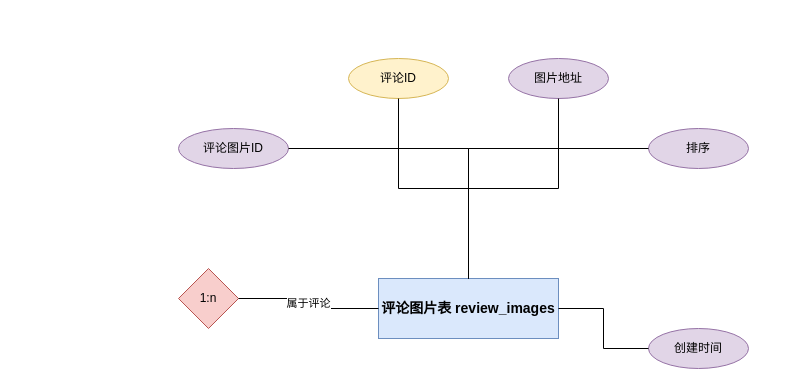
Before: DOCS/architecture-diagrams/sources/评论图片表.drawio in 612cs/TrailQuest, a draw.io diagram. Source tidied: cells renumbered, new cells numbered last; positions are measured from the earlier drawing's top-left corner, leaving out a move shared by most shapes. Both pictures are drawn from the tidied source at 100%, with x=0, y=0 at pixel (178, 58).
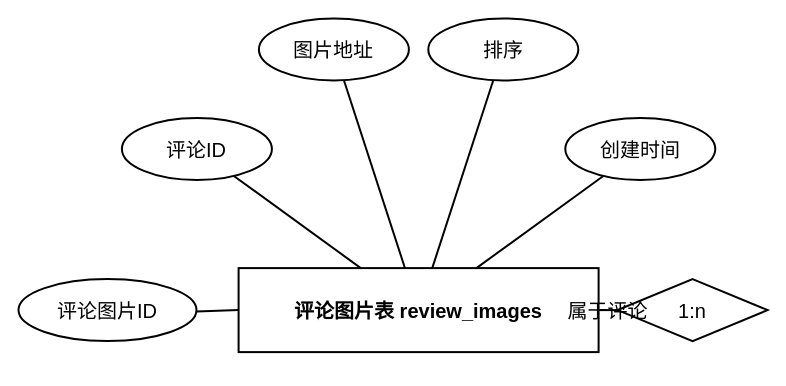
After the change.

Change to the diagram source:
```diff
@@
 <mxGraphModel>
   <root>
     <mxCell id="0" />
     <mxCell id="1" parent="0" />
-    <mxCell id="2" value="评论图片表 review_images" style="rounded=0;whiteSpace=wrap;html=1;fillColor=#dae8fc;strokeColor=#6c8ebf;fontSize=14;fontStyle=1;" parent="1" vertex="1">
-      <mxGeometry x="200" y="220" width="180" height="60" as="geometry" />
+    <mxCell id="2" value="评论图片表 review_images" style="rounded=0;whiteSpace=wrap;html=1;fillColor=none;strokeColor=#000000;fontSize=20;fontStyle=1;gradientColor=none;fontColor=#000000;strokeWidth=2;shadow=0;glass=0;" parent="1" vertex="1">
+      <mxGeometry x="60.1" y="209.6" width="360" height="84" as="geometry" />
     </mxCell>
-    <mxCell id="3" value="评论图片ID" style="ellipse;whiteSpace=wrap;html=1;fillColor=#e1d5e7;strokeColor=#9673a6;" parent="1" vertex="1">
-      <mxGeometry y="70" width="110" height="40" as="geometry" />
+    <mxCell id="3" value="评论图片ID" style="ellipse;whiteSpace=wrap;html=1;fillColor=none;strokeColor=#000000;gradientColor=none;fontColor=#000000;fontSize=20;strokeWidth=2;shadow=0;glass=0;" parent="1" vertex="1">
+      <mxGeometry x="-160" y="220.6" width="178" height="62" as="geometry" />
     </mxCell>
-    <mxCell id="4" style="edgeStyle=orthogonalEdgeStyle;rounded=0;jettySize=auto;html=1;endArrow=none;endFill=0;" parent="1" edge="1" source="3" target="2">
+    <mxCell id="4" style="rounded=0;html=1;endArrow=none;endFill=0;strokeColor=#000000;strokeWidth=2;" parent="1" edge="1" source="3" target="2">
       <mxGeometry relative="1" as="geometry" />
     </mxCell>
-    <mxCell id="5" value="评论ID" style="ellipse;whiteSpace=wrap;html=1;fillColor=#fff2cc;strokeColor=#d6b656;" parent="1" vertex="1">
-      <mxGeometry x="170" width="100" height="40" as="geometry" />
+    <mxCell id="5" value="评论ID" style="ellipse;whiteSpace=wrap;html=1;fillColor=none;strokeColor=#000000;gradientColor=none;fontColor=#000000;fontSize=20;strokeWidth=2;shadow=0;glass=0;" parent="1" vertex="1">
+      <mxGeometry x="-56.6" y="59.5" width="150" height="62" as="geometry" />
     </mxCell>
-    <mxCell id="6" style="edgeStyle=orthogonalEdgeStyle;rounded=0;jettySize=auto;html=1;endArrow=none;endFill=0;" parent="1" edge="1" source="5" target="2">
+    <mxCell id="6" style="rounded=0;html=1;endArrow=none;endFill=0;strokeColor=#000000;strokeWidth=2;" parent="1" edge="1" source="5" target="2">
       <mxGeometry relative="1" as="geometry" />
     </mxCell>
-    <mxCell id="7" value="图片地址" style="ellipse;whiteSpace=wrap;html=1;fillColor=#e1d5e7;strokeColor=#9673a6;" parent="1" vertex="1">
-      <mxGeometry x="330" width="100" height="40" as="geometry" />
+    <mxCell id="7" value="图片地址" style="ellipse;whiteSpace=wrap;html=1;fillColor=none;strokeColor=#000000;gradientColor=none;fontColor=#000000;fontSize=20;strokeWidth=2;shadow=0;glass=0;" parent="1" vertex="1">
+      <mxGeometry x="80.4" y="-40" width="150" height="62" as="geometry" />
     </mxCell>
-    <mxCell id="8" style="edgeStyle=orthogonalEdgeStyle;rounded=0;jettySize=auto;html=1;endArrow=none;endFill=0;" parent="1" edge="1" source="7" target="2">
+    <mxCell id="8" style="rounded=0;html=1;endArrow=none;endFill=0;strokeColor=#000000;strokeWidth=2;" parent="1" edge="1" source="7" target="2">
       <mxGeometry relative="1" as="geometry" />
     </mxCell>
-    <mxCell id="9" value="排序" style="ellipse;whiteSpace=wrap;html=1;fillColor=#e1d5e7;strokeColor=#9673a6;" parent="1" vertex="1">
-      <mxGeometry x="470" y="70" width="100" height="40" as="geometry" />
+    <mxCell id="9" value="排序" style="ellipse;whiteSpace=wrap;html=1;fillColor=none;strokeColor=#000000;gradientColor=none;fontColor=#000000;fontSize=20;strokeWidth=2;shadow=0;glass=0;" parent="1" vertex="1">
+      <mxGeometry x="249.8" y="-40" width="150" height="62" as="geometry" />
     </mxCell>
-    <mxCell id="10" style="edgeStyle=orthogonalEdgeStyle;rounded=0;jettySize=auto;html=1;endArrow=none;endFill=0;" parent="1" edge="1" source="9" target="2">
+    <mxCell id="10" style="rounded=0;html=1;endArrow=none;endFill=0;strokeColor=#000000;strokeWidth=2;" parent="1" edge="1" source="9" target="2">
       <mxGeometry relative="1" as="geometry" />
     </mxCell>
-    <mxCell id="11" value="创建时间" style="ellipse;whiteSpace=wrap;html=1;fillColor=#e1d5e7;strokeColor=#9673a6;" parent="1" vertex="1">
-      <mxGeometry x="470" y="270" width="100" height="40" as="geometry" />
+    <mxCell id="11" value="创建时间" style="ellipse;whiteSpace=wrap;html=1;fillColor=none;strokeColor=#000000;gradientColor=none;fontColor=#000000;fontSize=20;strokeWidth=2;shadow=0;glass=0;" parent="1" vertex="1">
+      <mxGeometry x="386.8" y="59.5" width="150" height="62" as="geometry" />
     </mxCell>
-    <mxCell id="12" style="edgeStyle=orthogonalEdgeStyle;rounded=0;jettySize=auto;html=1;endArrow=none;endFill=0;" parent="1" edge="1" source="11" target="2">
+    <mxCell id="12" style="rounded=0;html=1;endArrow=none;endFill=0;strokeColor=#000000;strokeWidth=2;" parent="1" edge="1" source="11" target="2">
       <mxGeometry relative="1" as="geometry" />
     </mxCell>
-    <mxCell id="13" value="1:n" style="rhombus;whiteSpace=wrap;html=1;fillColor=#f8cecc;strokeColor=#b85450;fontSize=12;" parent="1" vertex="1">
-      <mxGeometry y="210" width="60" height="60" as="geometry" />
+    <mxCell id="13" value="1:n" style="rhombus;whiteSpace=wrap;html=1;fillColor=none;strokeColor=#000000;fontSize=20;gradientColor=none;fontColor=#000000;strokeWidth=2;shadow=0;glass=0;" parent="1" vertex="1">
+      <mxGeometry x="439.1" y="220.6" width="150" height="62" as="geometry" />
     </mxCell>
-    <mxCell id="14" value="属于评论" style="edgeStyle=orthogonalEdgeStyle;rounded=0;jettySize=auto;html=1;endArrow=none;endFill=0;" parent="1" edge="1" source="13" target="2">
+    <mxCell id="14" value="属于评论" style="rounded=0;html=1;endArrow=none;endFill=0;strokeColor=#000000;strokeWidth=2;fontSize=20;fontColor=#000000;fontFamily=Arial;labelBackgroundColor=none;fillColor=none;gradientColor=none;shadow=0;" parent="1" edge="1" source="13" target="2">
       <mxGeometry relative="1" as="geometry" />
     </mxCell>
   </root>
 </mxGraphModel>
```
